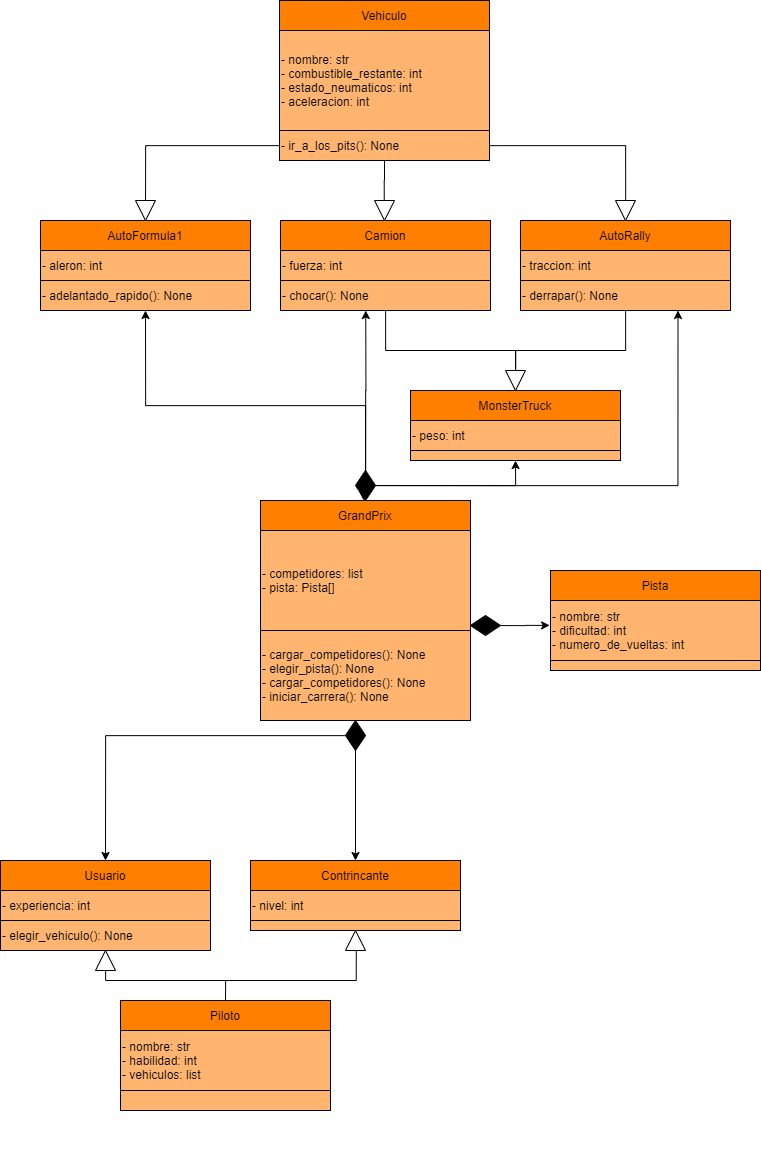
Earlier version of the draw.io export semana-03/img/DiagramaGrandPrix.png (ConiCollector/contenidos). Source tidied: cells renumbered, new cells last; positions are measured from the earlier drawing's top-left corner, leaving out a move shared by most shapes.
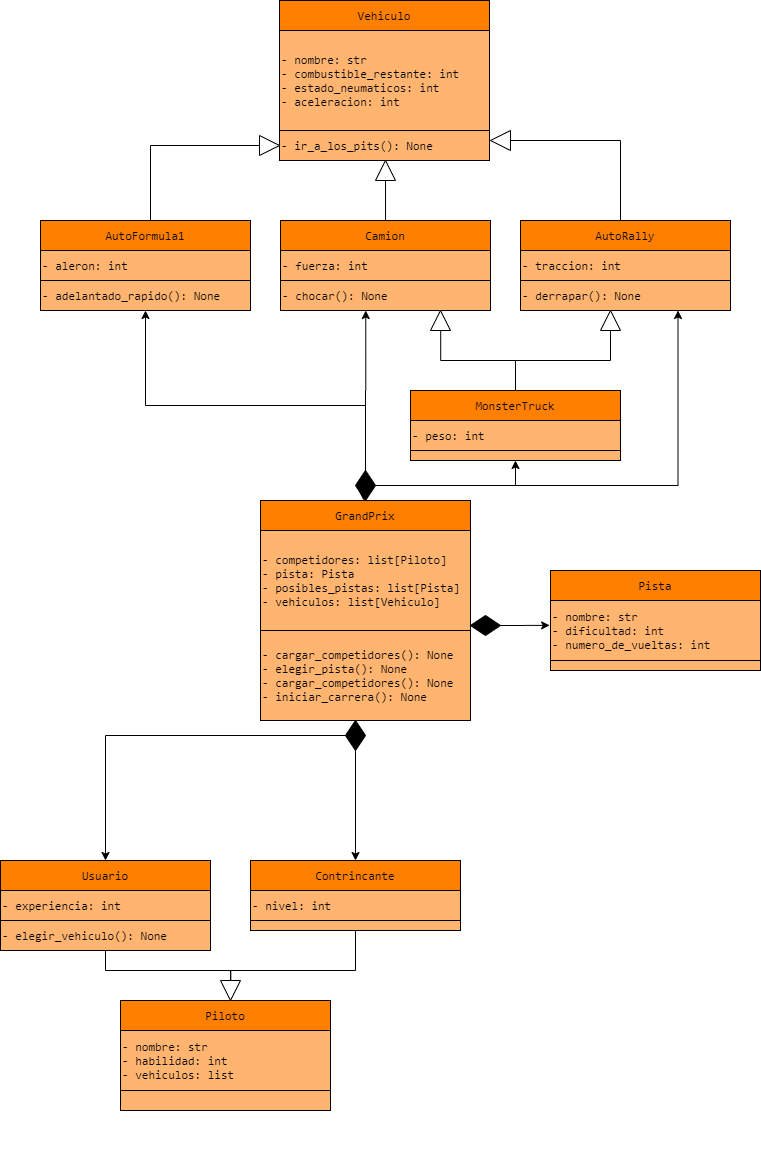
The same file after the commit.

Change to the diagram source:
```diff
@@ -2,136 +2,137 @@
   <root>
     <mxCell id="0" />
     <mxCell id="1" parent="0" />
-    <mxCell id="2" style="edgeStyle=orthogonalEdgeStyle;rounded=0;jettySize=auto;html=1;entryX=0.495;entryY=0.54;entryDx=0;entryDy=0;entryPerimeter=0;" parent="1" edge="1" target="51">
-      <mxGeometry relative="1" as="geometry">
-        <mxPoint x="225" y="980" as="sourcePoint" />
-      </mxGeometry>
-    </mxCell>
-    <mxCell id="3" style="edgeStyle=orthogonalEdgeStyle;rounded=0;jettySize=auto;html=1;entryX=0.676;entryY=0.507;entryDx=0;entryDy=0;exitX=0.5;exitY=0;exitDx=0;exitDy=0;entryPerimeter=0;" parent="1" edge="1" source="53" target="60">
-      <mxGeometry relative="1" as="geometry" />
-    </mxCell>
+    <mxCell id="70" style="edgeStyle=orthogonalEdgeStyle;rounded=0;jettySize=auto;html=1;entryX=0.706;entryY=0.483;entryDx=0;entryDy=0;fillColor=#FFB570;entryPerimeter=0;" parent="1" edge="1" source="50" target="51">
+      <mxGeometry relative="1" as="geometry">
+        <Array as="points">
+          <mxPoint x="355" y="970" />
+          <mxPoint x="230" y="970" />
+        </Array>
+      </mxGeometry>
+    </mxCell>
+    <mxCell id="71" style="edgeStyle=orthogonalEdgeStyle;rounded=0;jettySize=auto;html=1;entryX=0.5;entryY=1;entryDx=0;entryDy=0;fillColor=#FFB570;" parent="1" edge="1" source="59" target="51">
+      <mxGeometry relative="1" as="geometry">
+        <Array as="points">
+          <mxPoint x="105" y="970" />
+          <mxPoint x="230" y="970" />
+          <mxPoint x="230" y="990" />
+        </Array>
+      </mxGeometry>
+    </mxCell>
+    <mxCell id="72" style="edgeStyle=orthogonalEdgeStyle;rounded=0;jettySize=auto;html=1;entryX=0.65;entryY=0.472;entryDx=0;entryDy=0;fillColor=#FFB570;entryPerimeter=0;" parent="1" edge="1" source="26" target="40">
+      <mxGeometry relative="1" as="geometry">
+        <Array as="points">
+          <mxPoint x="620" y="140" />
+          <mxPoint x="510" y="140" />
+        </Array>
+      </mxGeometry>
+    </mxCell>
+    <mxCell id="73" style="edgeStyle=orthogonalEdgeStyle;rounded=0;jettySize=auto;html=1;entryX=0.862;entryY=0.51;entryDx=0;entryDy=0;fillColor=#FFB570;entryPerimeter=0;" parent="1" edge="1" source="30" target="77">
+      <mxGeometry relative="1" as="geometry" />
+    </mxCell>
+    <mxCell id="74" style="edgeStyle=orthogonalEdgeStyle;rounded=0;jettySize=auto;html=1;fillColor=#FFB570;entryX=1;entryY=0.5;entryDx=0;entryDy=0;" parent="1" edge="1" source="35" target="38">
+      <mxGeometry relative="1" as="geometry">
+        <Array as="points">
+          <mxPoint x="150" y="145" />
+        </Array>
+      </mxGeometry>
+    </mxCell>
     <mxCell id="4" style="edgeStyle=orthogonalEdgeStyle;rounded=0;jettySize=auto;html=1;entryX=0.406;entryY=1;entryDx=0;entryDy=0;entryPerimeter=0;" parent="1" edge="1" source="9" target="46">
       <mxGeometry relative="1" as="geometry" />
     </mxCell>
-    <mxCell id="5" style="edgeStyle=orthogonalEdgeStyle;rounded=0;jettySize=auto;html=1;entryX=0.74;entryY=0.49;entryDx=0;entryDy=0;entryPerimeter=0;" parent="1" edge="1" source="21" target="40">
-      <mxGeometry relative="1" as="geometry" />
-    </mxCell>
-    <mxCell id="6" style="edgeStyle=orthogonalEdgeStyle;rounded=0;jettySize=auto;html=1;entryX=0.5;entryY=0;entryDx=0;entryDy=0;" parent="1" edge="1" source="21" target="35">
-      <mxGeometry relative="1" as="geometry" />
-    </mxCell>
-    <mxCell id="7" style="edgeStyle=orthogonalEdgeStyle;rounded=0;jettySize=auto;html=1;entryX=0.5;entryY=0;entryDx=0;entryDy=0;" parent="1" edge="1" source="17" target="30">
-      <mxGeometry relative="1" as="geometry" />
-    </mxCell>
     <mxCell id="8" style="group;" parent="1" vertex="1">
       <mxGeometry x="260" y="500" width="210" height="220" as="geometry" />
     </mxCell>
-    <mxCell id="9" value="GrandPrix" style="rounded=0;whiteSpace=wrap;html=1;fillColor=#FF8000;" parent="8" vertex="1">
+    <mxCell id="9" value="&lt;font face=&quot;Consolas&quot;&gt;GrandPrix&lt;/font&gt;" style="rounded=0;whiteSpace=wrap;html=1;fillColor=#FF8000;" parent="8" vertex="1">
       <mxGeometry width="210" height="30" as="geometry" />
     </mxCell>
-    <mxCell id="10" value="- competidores: list&lt;br&gt;- pista: Pista[]&lt;br&gt;" style="rounded=0;whiteSpace=wrap;html=1;align=left;fillColor=#FFB570;" parent="8" vertex="1">
+    <mxCell id="10" value="&lt;font face=&quot;Consolas&quot;&gt;- competidores: list[Piloto]&lt;br&gt;- pista: Pista&lt;br&gt;- posibles_pistas: list[Pista]&lt;br&gt;- vehiculos: list[Vehiculo]&lt;/font&gt;" style="rounded=0;whiteSpace=wrap;html=1;align=left;fillColor=#FFB570;" parent="8" vertex="1">
       <mxGeometry y="30" width="210" height="100" as="geometry" />
     </mxCell>
-    <mxCell id="11" value="- cargar_competidores(): None&lt;br&gt;- elegir_pista(): None&lt;br&gt;- cargar_competidores(): None&lt;br&gt;- iniciar_carrera(): None" style="rounded=0;whiteSpace=wrap;html=1;align=left;fillColor=#FFB570;" parent="8" vertex="1">
+    <mxCell id="11" value="&lt;font face=&quot;Consolas&quot;&gt;- cargar_competidores(): None&lt;br&gt;- elegir_pista(): None&lt;br&gt;- cargar_competidores(): None&lt;br&gt;- iniciar_carrera(): None&lt;/font&gt;" style="rounded=0;whiteSpace=wrap;html=1;align=left;fillColor=#FFB570;" parent="8" vertex="1">
       <mxGeometry y="130" width="210" height="90" as="geometry" />
     </mxCell>
     <mxCell id="12" style="group;" parent="1" vertex="1">
       <mxGeometry x="330" width="210" height="270" as="geometry" />
     </mxCell>
-    <mxCell id="13" style="edgeStyle=orthogonalEdgeStyle;rounded=0;jettySize=auto;html=1;exitX=0.5;exitY=1;exitDx=0;exitDy=0;entryX=0.929;entryY=0.512;entryDx=0;entryDy=0;entryPerimeter=0;" parent="12" edge="1" source="21" target="22">
-      <mxGeometry relative="1" as="geometry" />
-    </mxCell>
+    <mxCell id="75" style="edgeStyle=orthogonalEdgeStyle;rounded=0;jettySize=auto;html=1;fillColor=#FFB570;entryX=0.857;entryY=0.501;entryDx=0;entryDy=0;entryPerimeter=0;" parent="12" edge="1" source="15" target="22">
+      <mxGeometry relative="1" as="geometry" />
+    </mxCell>
     <mxCell id="14" style="group;" parent="12" vertex="1">
       <mxGeometry x="-50" y="220" width="210" height="90" as="geometry" />
     </mxCell>
-    <mxCell id="15" value="Camion" style="rounded=0;whiteSpace=wrap;html=1;fillColor=#FF8000;" parent="14" vertex="1">
+    <mxCell id="15" value="&lt;font face=&quot;Consolas&quot;&gt;Camion&lt;/font&gt;" style="rounded=0;whiteSpace=wrap;html=1;fillColor=#FF8000;" parent="14" vertex="1">
       <mxGeometry width="210" height="30" as="geometry" />
     </mxCell>
-    <mxCell id="16" value="- fuerza: int" style="rounded=0;whiteSpace=wrap;html=1;align=left;fillColor=#FFB570;" parent="14" vertex="1">
+    <mxCell id="16" value="&lt;font face=&quot;Consolas&quot;&gt;- fuerza: int&lt;/font&gt;" style="rounded=0;whiteSpace=wrap;html=1;align=left;fillColor=#FFB570;" parent="14" vertex="1">
       <mxGeometry y="30" width="210" height="30" as="geometry" />
     </mxCell>
-    <mxCell id="17" value="- chocar(): None" style="rounded=0;whiteSpace=wrap;html=1;align=left;fillColor=#FFB570;" parent="14" vertex="1">
+    <mxCell id="17" value="&lt;font face=&quot;Consolas&quot;&gt;- chocar(): None&lt;/font&gt;" style="rounded=0;whiteSpace=wrap;html=1;align=left;fillColor=#FFB570;" parent="14" vertex="1">
       <mxGeometry y="60" width="210" height="30" as="geometry" />
     </mxCell>
     <mxCell id="18" style="group;fillColor=#FFB570;" parent="12" vertex="1">
       <mxGeometry x="-51" width="210" height="160" as="geometry" />
     </mxCell>
-    <mxCell id="19" value="Vehiculo" style="rounded=0;whiteSpace=wrap;html=1;fillColor=#FF8000;" parent="18" vertex="1">
+    <mxCell id="19" value="&lt;font face=&quot;Consolas&quot;&gt;Vehiculo&lt;/font&gt;" style="rounded=0;whiteSpace=wrap;html=1;fillColor=#FF8000;" parent="18" vertex="1">
       <mxGeometry width="210" height="30" as="geometry" />
     </mxCell>
-    <mxCell id="20" value="- nombre: str&lt;br&gt;- combustible_restante: int&lt;br&gt;- estado_neumaticos: int&lt;br&gt;- aceleracion: int" style="rounded=0;whiteSpace=wrap;html=1;align=left;fillColor=#FFB570;" parent="18" vertex="1">
+    <mxCell id="20" value="&lt;font face=&quot;Consolas&quot;&gt;- nombre: str&lt;br&gt;- combustible_restante: int&lt;br&gt;- estado_neumaticos: int&lt;br&gt;- aceleracion: int&lt;/font&gt;" style="rounded=0;whiteSpace=wrap;html=1;align=left;fillColor=#FFB570;" parent="18" vertex="1">
       <mxGeometry y="30" width="210" height="100" as="geometry" />
     </mxCell>
-    <mxCell id="21" value="- ir_a_los_pits(): None" style="rounded=0;whiteSpace=wrap;html=1;align=left;fillColor=#FFB570;" parent="18" vertex="1">
+    <mxCell id="21" value="&lt;font face=&quot;Consolas&quot;&gt;- ir_a_los_pits(): None&lt;/font&gt;" style="rounded=0;whiteSpace=wrap;html=1;align=left;fillColor=#FFB570;" parent="18" vertex="1">
       <mxGeometry y="130" width="210" height="30" as="geometry" />
     </mxCell>
-    <mxCell id="22" style="triangle;whiteSpace=wrap;html=1;rotation=90;" parent="12" vertex="1">
-      <mxGeometry x="44" y="200" width="20" height="20" as="geometry" />
+    <mxCell id="22" style="triangle;whiteSpace=wrap;html=1;rotation=-90;" parent="12" vertex="1">
+      <mxGeometry x="45" y="160" width="20" height="20" as="geometry" />
     </mxCell>
+    <mxCell id="40" style="triangle;whiteSpace=wrap;html=1;rotation=-180;" parent="12" vertex="1">
+      <mxGeometry x="160" y="130" width="20" height="20" as="geometry" />
+    </mxCell>
     <mxCell id="23" style="group;" parent="1" vertex="1">
       <mxGeometry x="520" y="220" width="210" height="220" as="geometry" />
     </mxCell>
-    <mxCell id="24" style="edgeStyle=orthogonalEdgeStyle;rounded=0;jettySize=auto;html=1;entryX=0.5;entryY=0;entryDx=0;entryDy=0;" parent="23" edge="1" source="28" target="33">
-      <mxGeometry relative="1" as="geometry">
-        <Array as="points">
-          <mxPoint x="105" y="130" />
-          <mxPoint x="-5" y="130" />
-          <mxPoint x="-5" y="160" />
-        </Array>
-      </mxGeometry>
-    </mxCell>
+    <mxCell id="76" style="edgeStyle=orthogonalEdgeStyle;rounded=0;jettySize=auto;html=1;entryX=0.839;entryY=0.498;entryDx=0;entryDy=0;fillColor=#FFB570;entryPerimeter=0;" parent="23" edge="1" source="30" target="33">
+      <mxGeometry relative="1" as="geometry" />
+    </mxCell>
     <mxCell id="25" style="group;strokeColor=#FF8000;" parent="23" vertex="1">
       <mxGeometry width="210" height="90" as="geometry" />
     </mxCell>
-    <mxCell id="26" value="AutoRally" style="rounded=0;whiteSpace=wrap;html=1;fillColor=#FF8000;" parent="25" vertex="1">
+    <mxCell id="26" value="&lt;font face=&quot;Consolas&quot;&gt;AutoRally&lt;/font&gt;" style="rounded=0;whiteSpace=wrap;html=1;fillColor=#FF8000;" parent="25" vertex="1">
       <mxGeometry width="210" height="30" as="geometry" />
     </mxCell>
-    <mxCell id="27" value="- traccion: int" style="rounded=0;whiteSpace=wrap;html=1;align=left;fillColor=#FFB570;" parent="25" vertex="1">
+    <mxCell id="27" value="&lt;font face=&quot;Consolas&quot;&gt;- traccion: int&lt;/font&gt;" style="rounded=0;whiteSpace=wrap;html=1;align=left;fillColor=#FFB570;" parent="25" vertex="1">
       <mxGeometry y="30" width="210" height="30" as="geometry" />
     </mxCell>
-    <mxCell id="28" value="- derrapar(): None" style="rounded=0;whiteSpace=wrap;html=1;align=left;fillColor=#FFB570;" parent="25" vertex="1">
+    <mxCell id="28" value="&lt;font face=&quot;Consolas&quot;&gt;- derrapar(): None&lt;/font&gt;" style="rounded=0;whiteSpace=wrap;html=1;align=left;fillColor=#FFB570;" parent="25" vertex="1">
       <mxGeometry y="60" width="210" height="30" as="geometry" />
     </mxCell>
     <mxCell id="29" style="group;" parent="23" vertex="1">
       <mxGeometry x="-110" y="170" width="210" height="90" as="geometry" />
     </mxCell>
-    <mxCell id="30" value="MonsterTruck" style="rounded=0;whiteSpace=wrap;html=1;fillColor=#FF8000;" parent="29" vertex="1">
+    <mxCell id="30" value="&lt;font face=&quot;Consolas&quot;&gt;MonsterTruck&lt;/font&gt;" style="rounded=0;whiteSpace=wrap;html=1;fillColor=#FF8000;" parent="29" vertex="1">
       <mxGeometry width="210" height="30" as="geometry" />
     </mxCell>
-    <mxCell id="31" value="- peso: int" style="rounded=0;whiteSpace=wrap;html=1;align=left;fillColor=#FFB570;" parent="29" vertex="1">
+    <mxCell id="31" value="&lt;font face=&quot;Consolas&quot;&gt;- peso: int&lt;/font&gt;" style="rounded=0;whiteSpace=wrap;html=1;align=left;fillColor=#FFB570;" parent="29" vertex="1">
       <mxGeometry y="30" width="210" height="30" as="geometry" />
     </mxCell>
     <mxCell id="32" style="rounded=0;whiteSpace=wrap;html=1;align=left;fillColor=#FFB570;" parent="29" vertex="1">
       <mxGeometry y="60" width="210" height="10" as="geometry" />
     </mxCell>
-    <mxCell id="33" style="triangle;whiteSpace=wrap;html=1;rotation=90;" parent="29" vertex="1">
-      <mxGeometry x="95" y="-20" width="20" height="20" as="geometry" />
+    <mxCell id="33" style="triangle;whiteSpace=wrap;html=1;rotation=-90;" parent="23" vertex="1">
+      <mxGeometry x="80" y="90" width="20" height="20" as="geometry" />
     </mxCell>
     <mxCell id="34" style="group;" parent="1" vertex="1">
       <mxGeometry x="40" y="220" width="210" height="90" as="geometry" />
     </mxCell>
-    <mxCell id="35" value="AutoFormula1" style="rounded=0;whiteSpace=wrap;html=1;fillColor=#FF8000;" parent="34" vertex="1">
+    <mxCell id="35" value="&lt;font face=&quot;Consolas&quot;&gt;AutoFormula1&lt;/font&gt;" style="rounded=0;whiteSpace=wrap;html=1;fillColor=#FF8000;" parent="34" vertex="1">
       <mxGeometry width="210" height="30" as="geometry" />
     </mxCell>
-    <mxCell id="36" value="- aleron: int" style="rounded=0;whiteSpace=wrap;html=1;align=left;fillColor=#FFB570;" parent="34" vertex="1">
+    <mxCell id="36" value="- aleron: int" style="rounded=0;whiteSpace=wrap;html=1;align=left;fillColor=#FFB570;fontFamily=Consolas;FType=g;" parent="34" vertex="1">
       <mxGeometry y="30" width="210" height="30" as="geometry" />
     </mxCell>
-    <mxCell id="37" value="- adelantado_rapido(): None" style="rounded=0;whiteSpace=wrap;html=1;align=left;fillColor=#FFB570;" parent="34" vertex="1">
+    <mxCell id="37" value="&lt;font face=&quot;Consolas&quot;&gt;- adelantado_rapido(): None&lt;/font&gt;" style="rounded=0;whiteSpace=wrap;html=1;align=left;fillColor=#FFB570;" parent="34" vertex="1">
       <mxGeometry y="60" width="210" height="30" as="geometry" />
     </mxCell>
-    <mxCell id="38" style="triangle;whiteSpace=wrap;html=1;rotation=90;" parent="34" vertex="1">
-      <mxGeometry x="95" y="-20" width="20" height="20" as="geometry" />
-    </mxCell>
-    <mxCell id="39" style="edgeStyle=orthogonalEdgeStyle;rounded=0;jettySize=auto;html=1;entryX=0.5;entryY=0;entryDx=0;entryDy=0;" parent="1" edge="1" source="40" target="26">
-      <mxGeometry relative="1" as="geometry">
-        <Array as="points">
-          <mxPoint x="625" y="210" />
-          <mxPoint x="625" y="210" />
-        </Array>
-      </mxGeometry>
-    </mxCell>
-    <mxCell id="40" style="triangle;whiteSpace=wrap;html=1;rotation=90;" parent="1" vertex="1">
-      <mxGeometry x="615" y="200" width="20" height="20" as="geometry" />
-    </mxCell>
     <mxCell id="41" style="edgeStyle=orthogonalEdgeStyle;rounded=0;jettySize=auto;html=1;entryX=0.5;entryY=1;entryDx=0;entryDy=0;exitX=0.5;exitY=0;exitDx=0;exitDy=0;" parent="1" edge="1" source="9" target="37">
       <mxGeometry relative="1" as="geometry" />
     </mxCell>
@@ -163,25 +164,22 @@
     <mxCell id="47" style="group;" parent="1" vertex="1">
       <mxGeometry x="250" y="860" width="210" height="160" as="geometry" />
     </mxCell>
-    <mxCell id="48" value="Contrincante" style="rounded=0;whiteSpace=wrap;html=1;fillColor=#FF8000;" parent="47" vertex="1">
+    <mxCell id="48" value="&lt;font face=&quot;Consolas&quot;&gt;Contrincante&lt;/font&gt;" style="rounded=0;whiteSpace=wrap;html=1;fillColor=#FF8000;" parent="47" vertex="1">
       <mxGeometry width="210" height="30" as="geometry" />
     </mxCell>
-    <mxCell id="49" value="- nivel: int" style="rounded=0;whiteSpace=wrap;html=1;align=left;fillColor=#FFB570;" parent="47" vertex="1">
+    <mxCell id="49" value="&lt;font face=&quot;Consolas&quot;&gt;- nivel: int&lt;/font&gt;" style="rounded=0;whiteSpace=wrap;html=1;align=left;fillColor=#FFB570;" parent="47" vertex="1">
       <mxGeometry y="30" width="210" height="30" as="geometry" />
     </mxCell>
     <mxCell id="50" style="rounded=0;whiteSpace=wrap;html=1;align=left;fillColor=#FFB570;" parent="47" vertex="1">
       <mxGeometry y="60" width="210" height="10" as="geometry" />
     </mxCell>
-    <mxCell id="51" style="triangle;whiteSpace=wrap;html=1;fillColor=#FFFFFF;rotation=-90;" parent="47" vertex="1">
-      <mxGeometry x="95" y="70" width="20" height="20" as="geometry" />
-    </mxCell>
     <mxCell id="52" style="group;" parent="1" vertex="1">
       <mxGeometry x="120" y="1000" width="210" height="160" as="geometry" />
     </mxCell>
-    <mxCell id="53" value="Piloto" style="rounded=0;whiteSpace=wrap;html=1;fillColor=#FF8000;" parent="52" vertex="1">
+    <mxCell id="53" value="&lt;font face=&quot;Consolas&quot;&gt;Piloto&lt;/font&gt;" style="rounded=0;whiteSpace=wrap;html=1;fillColor=#FF8000;" parent="52" vertex="1">
       <mxGeometry width="210" height="30" as="geometry" />
     </mxCell>
-    <mxCell id="54" value="- nombre: str&lt;br&gt;- habilidad: int&lt;br&gt;- vehiculos: list" style="rounded=0;whiteSpace=wrap;html=1;align=left;fillColor=#FFB570;" parent="52" vertex="1">
+    <mxCell id="54" value="&lt;font face=&quot;Consolas&quot;&gt;- nombre: str&lt;br&gt;- habilidad: int&lt;br&gt;- vehiculos: list&lt;/font&gt;" style="rounded=0;whiteSpace=wrap;html=1;align=left;fillColor=#FFB570;" parent="52" vertex="1">
       <mxGeometry y="30" width="210" height="60" as="geometry" />
     </mxCell>
     <mxCell id="55" style="rounded=0;whiteSpace=wrap;html=1;align=left;fillColor=#FFB570;" parent="52" vertex="1">
@@ -190,18 +188,15 @@
     <mxCell id="56" style="group;" parent="1" vertex="1">
       <mxGeometry y="860" width="210" height="160" as="geometry" />
     </mxCell>
-    <mxCell id="57" value="Usuario" style="rounded=0;whiteSpace=wrap;html=1;fillColor=#FF8000;" parent="56" vertex="1">
+    <mxCell id="57" value="&lt;font face=&quot;Consolas&quot;&gt;Usuario&lt;/font&gt;" style="rounded=0;whiteSpace=wrap;html=1;fillColor=#FF8000;" parent="56" vertex="1">
       <mxGeometry width="210" height="30" as="geometry" />
     </mxCell>
-    <mxCell id="58" value="- experiencia: int" style="rounded=0;whiteSpace=wrap;html=1;align=left;fillColor=#FFB570;" parent="56" vertex="1">
+    <mxCell id="58" value="&lt;font face=&quot;Consolas&quot;&gt;- experiencia: int&lt;/font&gt;" style="rounded=0;whiteSpace=wrap;html=1;align=left;fillColor=#FFB570;" parent="56" vertex="1">
       <mxGeometry y="30" width="210" height="30" as="geometry" />
     </mxCell>
-    <mxCell id="59" value="- elegir_vehiculo(): None" style="rounded=0;whiteSpace=wrap;html=1;align=left;fillColor=#FFB570;" parent="56" vertex="1">
+    <mxCell id="59" value="&lt;font face=&quot;Consolas&quot;&gt;- elegir_vehiculo(): None&lt;/font&gt;" style="rounded=0;whiteSpace=wrap;html=1;align=left;fillColor=#FFB570;" parent="56" vertex="1">
       <mxGeometry y="60" width="210" height="30" as="geometry" />
     </mxCell>
-    <mxCell id="60" style="triangle;whiteSpace=wrap;html=1;fillColor=#FFFFFF;rotation=-90;" parent="56" vertex="1">
-      <mxGeometry x="95" y="90" width="20" height="20" as="geometry" />
-    </mxCell>
     <mxCell id="61" style="edgeStyle=orthogonalEdgeStyle;rounded=0;jettySize=auto;html=1;entryX=0.5;entryY=0;entryDx=0;entryDy=0;" parent="1" edge="1" source="63" target="48">
       <mxGeometry relative="1" as="geometry" />
     </mxCell>
@@ -214,10 +209,10 @@
     <mxCell id="64" style="group;" parent="1" vertex="1">
       <mxGeometry x="550" y="570" width="210" height="160" as="geometry" />
     </mxCell>
-    <mxCell id="65" value="Pista" style="rounded=0;whiteSpace=wrap;html=1;fillColor=#FF8000;" parent="64" vertex="1">
+    <mxCell id="65" value="&lt;font face=&quot;Consolas&quot;&gt;Pista&lt;/font&gt;" style="rounded=0;whiteSpace=wrap;html=1;fillColor=#FF8000;" parent="64" vertex="1">
       <mxGeometry width="210" height="30" as="geometry" />
     </mxCell>
-    <mxCell id="66" value="- nombre: str&lt;br&gt;- dificultad: int&lt;br&gt;- numero_de_vueltas: int" style="rounded=0;whiteSpace=wrap;html=1;align=left;fillColor=#FFB570;" parent="64" vertex="1">
+    <mxCell id="66" value="&lt;font face=&quot;Consolas&quot;&gt;- nombre: str&lt;br&gt;- dificultad: int&lt;br&gt;- numero_de_vueltas: int&lt;/font&gt;" style="rounded=0;whiteSpace=wrap;html=1;align=left;fillColor=#FFB570;" parent="64" vertex="1">
       <mxGeometry y="30" width="210" height="60" as="geometry" />
     </mxCell>
     <mxCell id="67" style="rounded=0;whiteSpace=wrap;html=1;align=left;fillColor=#FFB570;" parent="64" vertex="1">
@@ -229,5 +224,14 @@
     <mxCell id="69" style="rhombus;whiteSpace=wrap;html=1;fillColor=#000000;rotation=90;" parent="1" vertex="1">
       <mxGeometry x="475" y="610" width="20" height="30" as="geometry" />
     </mxCell>
+    <mxCell id="38" style="triangle;whiteSpace=wrap;html=1;rotation=0;" parent="1" vertex="1">
+      <mxGeometry x="259" y="135" width="20" height="20" as="geometry" />
+    </mxCell>
+    <mxCell id="77" style="triangle;whiteSpace=wrap;html=1;rotation=-90;" parent="1" vertex="1">
+      <mxGeometry x="430" y="310" width="20" height="20" as="geometry" />
+    </mxCell>
+    <mxCell id="51" style="triangle;whiteSpace=wrap;html=1;fillColor=#FFFFFF;rotation=90;" parent="1" vertex="1">
+      <mxGeometry x="220" y="980" width="20" height="20" as="geometry" />
+    </mxCell>
   </root>
 </mxGraphModel>
```
